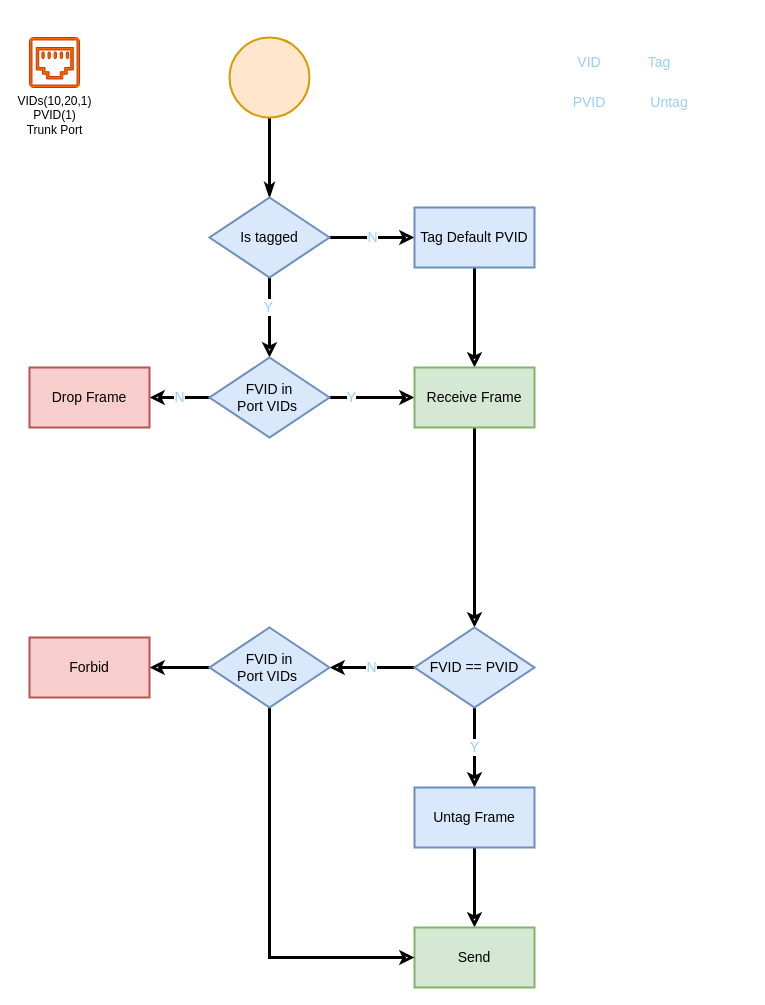
This is page "Trunk Receive/Send" (5 of 6) of VLAN.drawio from gaivin/drawio, a draw.io file, before an edit. Source tidied: cells renumbered, new cells numbered last; positions are measured from the earlier drawing's top-left corner, leaving out a move shared by most shapes. Both pictures are drawn from the tidied source at 100%, with x=0, y=0 at pixel (29, 37).
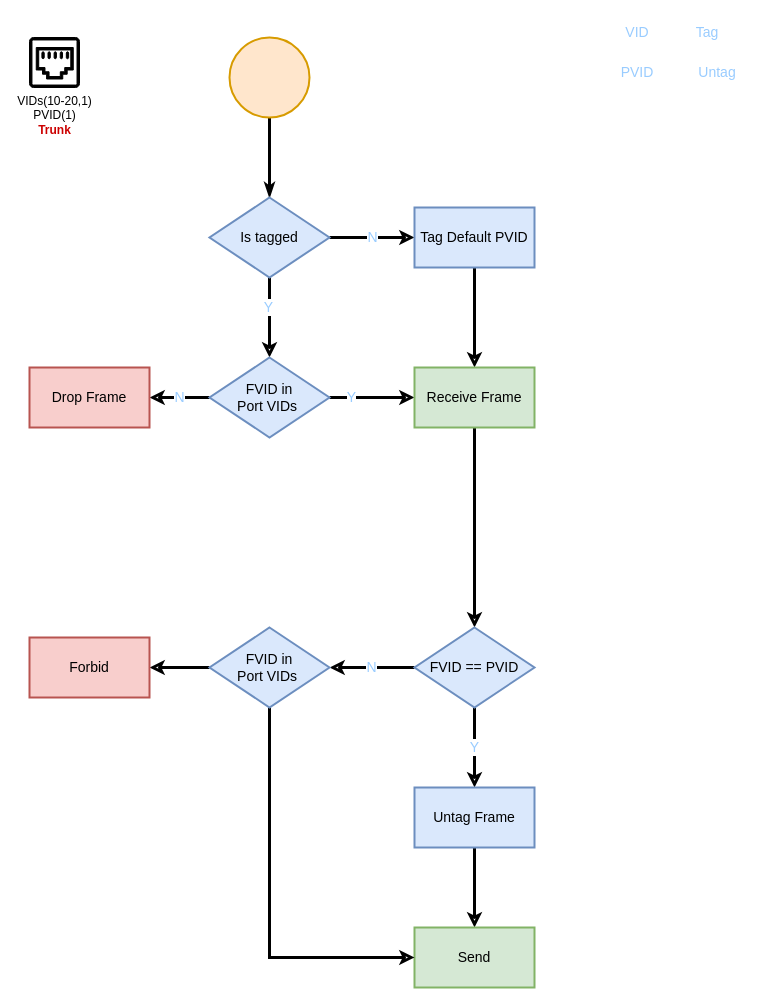
The same diagram, later.

What changed in the source:
```diff
@@
     <mxCell id="17" value="VID" style="text;html=1;strokeColor=none;fillColor=none;align=center;verticalAlign=middle;whiteSpace=wrap;rounded=0;shadow=0;sketch=0;fontSize=14;fontColor=#99CCFF;" parent="1" vertex="1">
-      <mxGeometry x="530" y="10" width="60" height="30" as="geometry" />
+      <mxGeometry x="578" y="-20" width="60" height="30" as="geometry" />
     </mxCell>
     <mxCell id="18" value="PVID" style="text;html=1;strokeColor=none;fillColor=none;align=center;verticalAlign=middle;whiteSpace=wrap;rounded=0;shadow=0;sketch=0;fontSize=14;fontColor=#99CCFF;" parent="1" vertex="1">
-      <mxGeometry x="530" y="50" width="60" height="30" as="geometry" />
+      <mxGeometry x="578" y="20" width="60" height="30" as="geometry" />
     </mxCell>
     <mxCell id="19" value="Tag" style="text;html=1;strokeColor=none;fillColor=none;align=center;verticalAlign=middle;whiteSpace=wrap;rounded=0;shadow=0;sketch=0;fontSize=14;fontColor=#99CCFF;" parent="1" vertex="1">
-      <mxGeometry x="600" y="10" width="60" height="30" as="geometry" />
+      <mxGeometry x="648" y="-20" width="60" height="30" as="geometry" />
     </mxCell>
     <mxCell id="20" value="Untag" style="text;html=1;strokeColor=none;fillColor=none;align=center;verticalAlign=middle;whiteSpace=wrap;rounded=0;shadow=0;sketch=0;fontSize=14;fontColor=#99CCFF;" parent="1" vertex="1">
-      <mxGeometry x="610" y="50" width="60" height="30" as="geometry" />
+      <mxGeometry x="658" y="20" width="60" height="30" as="geometry" />
     </mxCell>
@@
-    <mxCell id="26" value="VIDs(10,20,1)&lt;br&gt;PVID(1)&lt;br&gt;Trunk Port" style="sketch=0;shadow=0;dashed=0;html=1;strokeColor=#C73500;fillColor=#fa6800;labelPosition=center;verticalLabelPosition=bottom;verticalAlign=top;align=center;shape=mxgraph.vvd.ethernet_port;fontColor=#000000;" parent="1" vertex="1">
+    <mxCell id="26" value="VIDs(10-20,1)&lt;br&gt;PVID(1)&lt;br&gt;&lt;b&gt;&lt;font color=&quot;#cc0000&quot;&gt;Trunk&lt;/font&gt;&lt;/b&gt;" style="sketch=0;shadow=0;dashed=0;html=1;strokeColor=#000000;fillColor=#000000;labelPosition=center;verticalLabelPosition=bottom;verticalAlign=top;align=center;shape=mxgraph.vvd.ethernet_port;fontColor=#000000;" parent="1" vertex="1">
       <mxGeometry width="50" height="50" as="geometry" />
     </mxCell>
```
